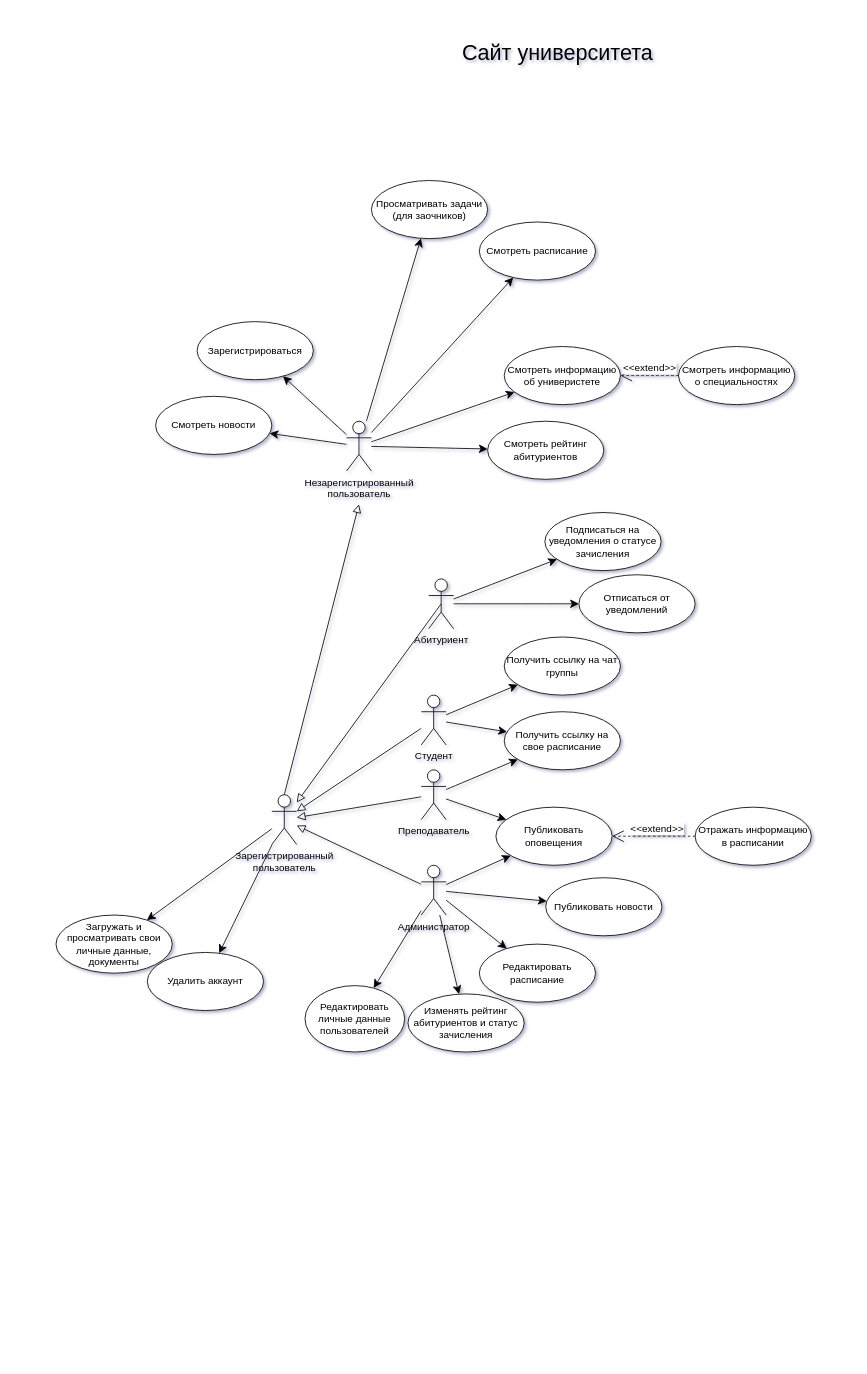
Above: usecase.drawio in kawazaki42/tyrfeicy (draw.io), before the change. Source tidied: cells renumbered, new cells numbered last; positions are measured from the earlier drawing's top-left corner, leaving out a move shared by most shapes. Both pictures are drawn from the tidied source at 83%, with x=0, y=0 at pixel (56, 36).
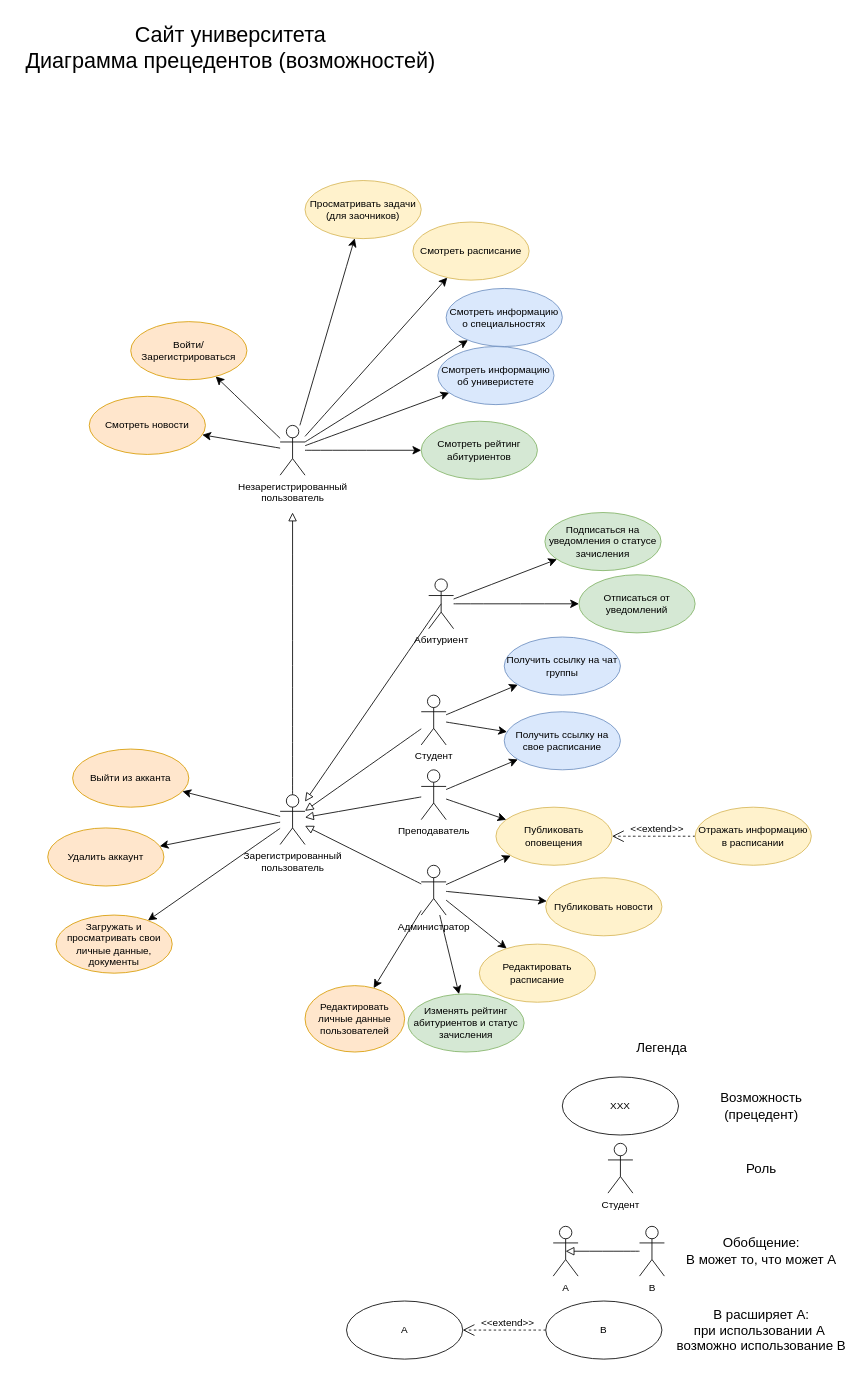
Above is the later version.

Commit message:
Updated usecase (previous commit was no-op)

Unchanged cells that the change refers to:
```xml
<mxCell id="23" style="endArrow=open;dashed=1;endFill=0;endSize=12;html=1;rounded=0;fontSize=12;curved=1;textShadow=0;strokeColor=default;" parent="1" edge="1" source="25" target="11">
  <mxGeometry relative="1" as="geometry" />
</mxCell>
```

What changed in the source:
```diff
@@
-<mxGraphModel background="#ffffff" shadow="1">
+<mxGraphModel>
@@
-    <mxCell id="7" style="edgeStyle=none;curved=1;rounded=0;jettySize=auto;html=1;fontSize=12;startSize=8;endSize=8;" parent="1" edge="1" source="8" target="51">
-      <mxGeometry relative="1" as="geometry" />
-    </mxCell>
+    <mxCell id="56" style="edgeStyle=none;curved=1;rounded=0;jettySize=auto;html=1;fontSize=12;startSize=8;endSize=8;" parent="1" edge="1" source="8" target="62">
+      <mxGeometry relative="1" as="geometry" />
+    </mxCell>
+    <mxCell id="57" style="edgeStyle=none;curved=1;rounded=0;jettySize=auto;html=1;exitX=1;exitY=0.3333333333333333;exitDx=0;exitDy=0;exitPerimeter=0;fontSize=12;startSize=8;endSize=8;" parent="1" edge="1" source="8" target="48">
+      <mxGeometry relative="1" as="geometry" />
+    </mxCell>
     <mxCell id="8" value="Незарегистрированный&lt;div&gt;пользователь&lt;/div&gt;" style="shape=umlActor;verticalLabelPosition=bottom;verticalAlign=top;html=1;" parent="1" vertex="1">
-      <mxGeometry x="350" y="464" width="30" height="60" as="geometry" />
+      <mxGeometry x="270" y="469" width="30" height="60" as="geometry" />
     </mxCell>
-    <mxCell id="9" value="Смотреть расписание" style="ellipse;whiteSpace=wrap;html=1;" parent="1" vertex="1">
-      <mxGeometry x="510" y="224" width="140" height="70" as="geometry" />
+    <mxCell id="9" value="Смотреть расписание" style="ellipse;whiteSpace=wrap;html=1;fillColor=#fff2cc;strokeColor=#d6b656;" parent="1" vertex="1">
+      <mxGeometry x="430" y="224" width="140" height="70" as="geometry" />
     </mxCell>
-    <mxCell id="10" value="Смотреть рейтинг абитуриентов" style="ellipse;whiteSpace=wrap;html=1;" parent="1" vertex="1">
-      <mxGeometry x="520" y="464" width="140" height="70" as="geometry" />
+    <mxCell id="10" value="Смотреть рейтинг абитуриентов" style="ellipse;whiteSpace=wrap;html=1;fillColor=#d5e8d4;strokeColor=#82b366;" parent="1" vertex="1">
+      <mxGeometry x="440" y="464" width="140" height="70" as="geometry" />
     </mxCell>
-    <mxCell id="11" value="Публиковать оповещения" style="ellipse;whiteSpace=wrap;html=1;" parent="1" vertex="1">
+    <mxCell id="11" value="Публиковать оповещения" style="ellipse;whiteSpace=wrap;html=1;fillColor=#fff2cc;strokeColor=#d6b656;" parent="1" vertex="1">
       <mxGeometry x="530" y="929" width="140" height="70" as="geometry" />
     </mxCell>
@@
+    <mxCell id="58" style="edgeStyle=none;curved=1;rounded=0;jettySize=auto;html=1;fontSize=12;startSize=8;endSize=8;" parent="1" edge="1" source="14" target="63">
+      <mxGeometry relative="1" as="geometry" />
+    </mxCell>
     <mxCell id="14" value="Зарегистрированный&lt;div&gt;пользователь&lt;/div&gt;" style="shape=umlActor;verticalLabelPosition=bottom;verticalAlign=top;html=1;" parent="1" vertex="1">
-      <mxGeometry x="260" y="914" width="30" height="60" as="geometry" />
+      <mxGeometry x="270" y="914" width="30" height="60" as="geometry" />
     </mxCell>
@@
-    <mxCell id="24" value="&amp;lt;&amp;lt;extend&amp;gt;&amp;gt;" style="edgeLabel;html=1;align=center;verticalAlign=middle;fontSize=12;" parent="23" vertex="1">
-      <mxGeometry x="-0.29" y="-4" relative="1" as="geometry">
-        <mxPoint x="-11" y="-6" as="offset" />
-      </mxGeometry>
-    </mxCell>
+    <mxCell id="59" value="&amp;lt;&amp;lt;extend&amp;gt;&amp;gt;" style="edgeLabel;html=1;align=center;verticalAlign=middle;fontSize=12;" parent="23" vertex="1">
+      <mxGeometry x="-0.29" y="-4" relative="1" as="geometry">
+        <mxPoint x="-11" y="-6" as="offset" />
+      </mxGeometry>
+    </mxCell>
-    <mxCell id="25" value="Отражать информацию в расписании" style="ellipse;whiteSpace=wrap;html=1;" parent="1" vertex="1">
+    <mxCell id="25" value="Отражать информацию в расписании" style="ellipse;whiteSpace=wrap;html=1;fillColor=#fff2cc;strokeColor=#d6b656;" parent="1" vertex="1">
       <mxGeometry x="770" y="929" width="140" height="70" as="geometry" />
     </mxCell>
-    <mxCell id="26" value="Смотреть новости" style="ellipse;whiteSpace=wrap;html=1;" parent="1" vertex="1">
-      <mxGeometry x="120" y="434" width="140" height="70" as="geometry" />
+    <mxCell id="26" value="Смотреть новости" style="ellipse;whiteSpace=wrap;html=1;fillColor=#ffe6cc;strokeColor=#d79b00;" parent="1" vertex="1">
+      <mxGeometry x="40" y="434" width="140" height="70" as="geometry" />
     </mxCell>
-    <mxCell id="27" value="Получить ссылку на чат группы" style="ellipse;whiteSpace=wrap;html=1;" parent="1" vertex="1">
+    <mxCell id="27" value="Получить ссылку на чат группы" style="ellipse;whiteSpace=wrap;html=1;fillColor=#dae8fc;strokeColor=#6c8ebf;" parent="1" vertex="1">
       <mxGeometry x="540" y="724" width="140" height="70" as="geometry" />
     </mxCell>
@@
-    <mxCell id="35" value="Просматривать задачи (для заочников)" style="ellipse;whiteSpace=wrap;html=1;" parent="1" vertex="1">
-      <mxGeometry x="380" y="174" width="140" height="70" as="geometry" />
+    <mxCell id="35" value="Просматривать задачи (для заочников)" style="ellipse;whiteSpace=wrap;html=1;fillColor=#fff2cc;strokeColor=#d6b656;" parent="1" vertex="1">
+      <mxGeometry x="300" y="174" width="140" height="70" as="geometry" />
     </mxCell>
-    <mxCell id="36" value="Редактировать расписание" style="ellipse;whiteSpace=wrap;html=1;" parent="1" vertex="1">
+    <mxCell id="36" value="Редактировать расписание" style="ellipse;whiteSpace=wrap;html=1;fillColor=#fff2cc;strokeColor=#d6b656;" parent="1" vertex="1">
       <mxGeometry x="510" y="1094" width="140" height="70" as="geometry" />
     </mxCell>
@@
-    <mxCell id="40" value="Подписаться на уведомления о статусе зачисления" style="ellipse;whiteSpace=wrap;html=1;" parent="1" vertex="1">
+    <mxCell id="40" value="Подписаться на уведомления о статусе зачисления" style="ellipse;whiteSpace=wrap;html=1;fillColor=#d5e8d4;strokeColor=#82b366;" parent="1" vertex="1">
       <mxGeometry x="589" y="574" width="140" height="70" as="geometry" />
     </mxCell>
@@
-    <mxCell id="42" value="Смотреть информацию об универистете" style="ellipse;whiteSpace=wrap;html=1;" parent="1" vertex="1">
-      <mxGeometry x="540" y="374" width="140" height="70" as="geometry" />
+    <mxCell id="42" value="Смотреть информацию об универистете" style="ellipse;whiteSpace=wrap;html=1;fillColor=#dae8fc;strokeColor=#6c8ebf;" parent="1" vertex="1">
+      <mxGeometry x="460" y="374" width="140" height="70" as="geometry" />
     </mxCell>
-    <mxCell id="43" style="edgeStyle=none;curved=1;rounded=0;jettySize=auto;html=1;fontSize=12;startSize=8;endSize=8;endArrow=block;endFill=0;exitX=0.5;exitY=0;exitDx=0;exitDy=0;exitPerimeter=0;" parent="1" edge="1" source="14">
-      <mxGeometry relative="1" as="geometry">
-        <mxPoint x="365" y="564" as="targetPoint" />
-      </mxGeometry>
-    </mxCell>
+    <mxCell id="60" style="edgeStyle=none;curved=1;rounded=0;jettySize=auto;html=1;fontSize=12;startSize=8;endSize=8;endArrow=block;endFill=0;exitX=0.5;exitY=0;exitDx=0;exitDy=0;exitPerimeter=0;" parent="1" edge="1" source="14">
+      <mxGeometry relative="1" as="geometry">
+        <mxPoint x="285" y="574" as="targetPoint" />
+      </mxGeometry>
+    </mxCell>
-    <mxCell id="44" value="Получить ссылку на свое расписание" style="ellipse;whiteSpace=wrap;html=1;" parent="1" vertex="1">
+    <mxCell id="44" value="Получить ссылку на свое расписание" style="ellipse;whiteSpace=wrap;html=1;fillColor=#dae8fc;strokeColor=#6c8ebf;" parent="1" vertex="1">
       <mxGeometry x="540" y="814" width="140" height="70" as="geometry" />
     </mxCell>
-    <mxCell id="45" value="Изменять рейтинг абитуриентов и статус зачисления" style="ellipse;whiteSpace=wrap;html=1;" parent="1" vertex="1">
+    <mxCell id="45" value="Изменять рейтинг абитуриентов и статус зачисления" style="ellipse;whiteSpace=wrap;html=1;fillColor=#d5e8d4;strokeColor=#82b366;" parent="1" vertex="1">
       <mxGeometry x="424" y="1154" width="140" height="70" as="geometry" />
     </mxCell>
-    <mxCell id="46" value="Публиковать новости" style="ellipse;whiteSpace=wrap;html=1;" parent="1" vertex="1">
+    <mxCell id="46" value="Публиковать новости" style="ellipse;whiteSpace=wrap;html=1;fillColor=#fff2cc;strokeColor=#d6b656;" parent="1" vertex="1">
       <mxGeometry x="590" y="1014" width="140" height="70" as="geometry" />
     </mxCell>
-    <mxCell id="47" value="Cайт университета" style="text;html=1;align=center;verticalAlign=middle;strokeColor=none;fillColor=none;fontSize=26;" parent="1" vertex="1">
-      <mxGeometry x="479" width="250" height="40" as="geometry" />
-    </mxCell>
+    <mxCell id="61" value="&lt;div&gt;Cайт университета&lt;/div&gt;&lt;div&gt;Диаграмма прецедентов (возможностей)&lt;/div&gt;" style="text;html=1;align=center;verticalAlign=middle;strokeColor=none;fillColor=none;fontSize=26;" parent="1" vertex="1">
+      <mxGeometry x="-50" y="-26" width="520" height="80" as="geometry" />
+    </mxCell>
-    <mxCell id="48" value="Смотреть информацию о специальностях" style="ellipse;whiteSpace=wrap;html=1;" parent="1" vertex="1">
-      <mxGeometry x="750" y="374" width="140" height="70" as="geometry" />
+    <mxCell id="48" value="Смотреть информацию о специальностях" style="ellipse;whiteSpace=wrap;html=1;fillColor=#dae8fc;strokeColor=#6c8ebf;" parent="1" vertex="1">
+      <mxGeometry x="470" y="304" width="140" height="70" as="geometry" />
     </mxCell>
-    <mxCell id="49" style="endArrow=open;dashed=1;endFill=0;endSize=12;html=1;rounded=0;fontSize=12;curved=1;textShadow=0;strokeColor=default;" parent="1" edge="1" source="48" target="42">
-      <mxGeometry relative="1" as="geometry" />
-    </mxCell>
-    <mxCell id="50" value="&amp;lt;&amp;lt;extend&amp;gt;&amp;gt;" style="edgeLabel;html=1;align=center;verticalAlign=middle;fontSize=12;" parent="49" vertex="1">
-      <mxGeometry x="-0.29" y="-4" relative="1" as="geometry">
-        <mxPoint x="-11" y="-6" as="offset" />
-      </mxGeometry>
-    </mxCell>
-    <mxCell id="51" value="Зарегистрироваться" style="ellipse;whiteSpace=wrap;html=1;" parent="1" vertex="1">
-      <mxGeometry x="170" y="344" width="140" height="70" as="geometry" />
-    </mxCell>
+    <mxCell id="62" value="Войти/Зарегистрироваться" style="ellipse;whiteSpace=wrap;html=1;fillColor=#ffe6cc;strokeColor=#d79b00;" parent="1" vertex="1">
+      <mxGeometry x="90" y="344" width="140" height="70" as="geometry" />
+    </mxCell>
-    <mxCell id="52" value="Удалить аккаунт" style="ellipse;whiteSpace=wrap;html=1;" parent="1" vertex="1">
-      <mxGeometry x="110" y="1104" width="140" height="70" as="geometry" />
+    <mxCell id="52" value="Удалить аккаунт" style="ellipse;whiteSpace=wrap;html=1;fillColor=#ffe6cc;strokeColor=#d79b00;" parent="1" vertex="1">
+      <mxGeometry x="-10" y="954" width="140" height="70" as="geometry" />
     </mxCell>
-    <mxCell id="53" value="&lt;div&gt;Загружать и просматривать свои личные данные, документы&lt;/div&gt;" style="ellipse;whiteSpace=wrap;html=1;" parent="1" vertex="1">
+    <mxCell id="53" value="&lt;div&gt;Загружать и просматривать свои личные данные, документы&lt;/div&gt;" style="ellipse;whiteSpace=wrap;html=1;fillColor=#ffe6cc;strokeColor=#d79b00;" parent="1" vertex="1">
       <mxGeometry y="1059" width="140" height="70" as="geometry" />
     </mxCell>
-    <mxCell id="54" value="Редактировать личные данные пользователей" style="ellipse;whiteSpace=wrap;html=1;" parent="1" vertex="1">
+    <mxCell id="54" value="Редактировать личные данные пользователей" style="ellipse;whiteSpace=wrap;html=1;fillColor=#ffe6cc;strokeColor=#d79b00;" parent="1" vertex="1">
       <mxGeometry x="300" y="1144" width="120" height="80" as="geometry" />
     </mxCell>
-    <mxCell id="55" value="Отписаться от уведомлений" style="ellipse;whiteSpace=wrap;html=1;" parent="1" vertex="1">
+    <mxCell id="55" value="Отписаться от уведомлений" style="ellipse;whiteSpace=wrap;html=1;fillColor=#d5e8d4;strokeColor=#82b366;" parent="1" vertex="1">
       <mxGeometry x="630" y="649" width="140" height="70" as="geometry" />
     </mxCell>
+    <mxCell id="63" value="Выйти из акканта" style="ellipse;whiteSpace=wrap;html=1;fillColor=#ffe6cc;strokeColor=#d79b00;" parent="1" vertex="1">
+      <mxGeometry x="20" y="859" width="140" height="70" as="geometry" />
+    </mxCell>
+    <mxCell id="64" value="Легенда" style="text;strokeColor=none;fillColor=none;html=1;align=center;verticalAlign=middle;whiteSpace=wrap;rounded=0;fontSize=16;" parent="1" vertex="1">
+      <mxGeometry x="700" y="1204" width="60" height="30" as="geometry" />
+    </mxCell>
+    <mxCell id="65" value="XXX" style="ellipse;whiteSpace=wrap;html=1;" parent="1" vertex="1">
+      <mxGeometry x="610" y="1254" width="140" height="70" as="geometry" />
+    </mxCell>
+    <mxCell id="66" value="Возможность (прецедент)" style="text;strokeColor=none;fillColor=none;html=1;align=center;verticalAlign=middle;whiteSpace=wrap;rounded=0;fontSize=16;" parent="1" vertex="1">
+      <mxGeometry x="820" y="1274" width="60" height="30" as="geometry" />
+    </mxCell>
+    <mxCell id="67" value="Студент" style="shape=umlActor;verticalLabelPosition=bottom;verticalAlign=top;html=1;" parent="1" vertex="1">
+      <mxGeometry x="665" y="1334" width="30" height="60" as="geometry" />
+    </mxCell>
+    <mxCell id="68" value="Роль" style="text;strokeColor=none;fillColor=none;html=1;align=center;verticalAlign=middle;whiteSpace=wrap;rounded=0;fontSize=16;" parent="1" vertex="1">
+      <mxGeometry x="820" y="1349" width="60" height="30" as="geometry" />
+    </mxCell>
+    <mxCell id="69" value="&lt;div&gt;A&lt;/div&gt;" style="shape=umlActor;verticalLabelPosition=bottom;verticalAlign=top;html=1;" parent="1" vertex="1">
+      <mxGeometry x="599" y="1434" width="30" height="60" as="geometry" />
+    </mxCell>
+    <mxCell id="70" value="B" style="shape=umlActor;verticalLabelPosition=bottom;verticalAlign=top;html=1;" parent="1" vertex="1">
+      <mxGeometry x="703" y="1434" width="30" height="60" as="geometry" />
+    </mxCell>
+    <mxCell id="71" style="edgeStyle=none;curved=1;rounded=0;jettySize=auto;html=1;entryX=0.5;entryY=0.5;entryDx=0;entryDy=0;entryPerimeter=0;fontSize=12;startSize=8;endSize=8;endArrow=block;endFill=0;" parent="1" edge="1" source="70" target="69">
+      <mxGeometry relative="1" as="geometry" />
+    </mxCell>
+    <mxCell id="72" value="&lt;div&gt;Обобщение:&lt;/div&gt;&lt;div&gt;B может то, что может A&lt;/div&gt;" style="text;strokeColor=none;fillColor=none;html=1;align=center;verticalAlign=middle;whiteSpace=wrap;rounded=0;fontSize=16;" parent="1" vertex="1">
+      <mxGeometry x="750" y="1449" width="200" height="30" as="geometry" />
+    </mxCell>
+    <mxCell id="73" value="A" style="ellipse;whiteSpace=wrap;html=1;" parent="1" vertex="1">
+      <mxGeometry x="350" y="1524" width="140" height="70" as="geometry" />
+    </mxCell>
+    <mxCell id="74" style="endArrow=open;dashed=1;endFill=0;endSize=12;html=1;rounded=0;fontSize=12;curved=1;textShadow=0;strokeColor=default;" parent="1" edge="1" source="76" target="73">
+      <mxGeometry relative="1" as="geometry" />
+    </mxCell>
+    <mxCell id="75" value="&amp;lt;&amp;lt;extend&amp;gt;&amp;gt;" style="edgeLabel;html=1;align=center;verticalAlign=middle;fontSize=12;" parent="74" vertex="1">
+      <mxGeometry x="-0.29" y="-4" relative="1" as="geometry">
+        <mxPoint x="-11" y="-6" as="offset" />
+      </mxGeometry>
+    </mxCell>
+    <mxCell id="76" value="B" style="ellipse;whiteSpace=wrap;html=1;" parent="1" vertex="1">
+      <mxGeometry x="590" y="1524" width="140" height="70" as="geometry" />
+    </mxCell>
+    <mxCell id="77" value="&lt;div&gt;B расширяет A:&lt;/div&gt;&lt;div&gt;при использовании A&amp;nbsp;&lt;/div&gt;&lt;div&gt;возможно использование B&lt;/div&gt;" style="text;strokeColor=none;fillColor=none;html=1;align=center;verticalAlign=middle;whiteSpace=wrap;rounded=0;fontSize=16;" parent="1" vertex="1">
+      <mxGeometry x="740" y="1544" width="220" height="30" as="geometry" />
+    </mxCell>
```
